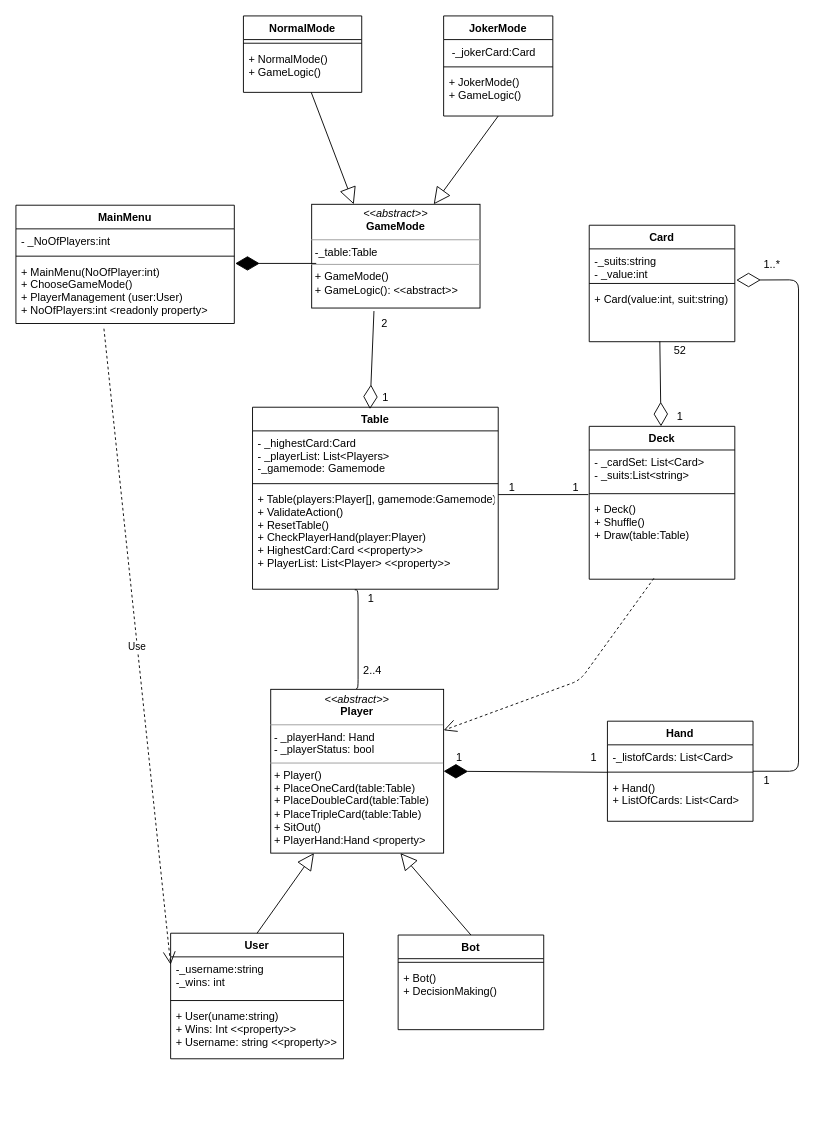
Earlier version of the draw.io diagram DistinctionTask.drawio (LastMinuteBanter/DistinctionTaskUML). Source tidied: cells renumbered, new cells numbered last; positions are measured from the earlier drawing's top-left corner, leaving out a move shared by most shapes. Both pictures are drawn from the tidied source at 91%, with x=0, y=0 at pixel (15, 15).
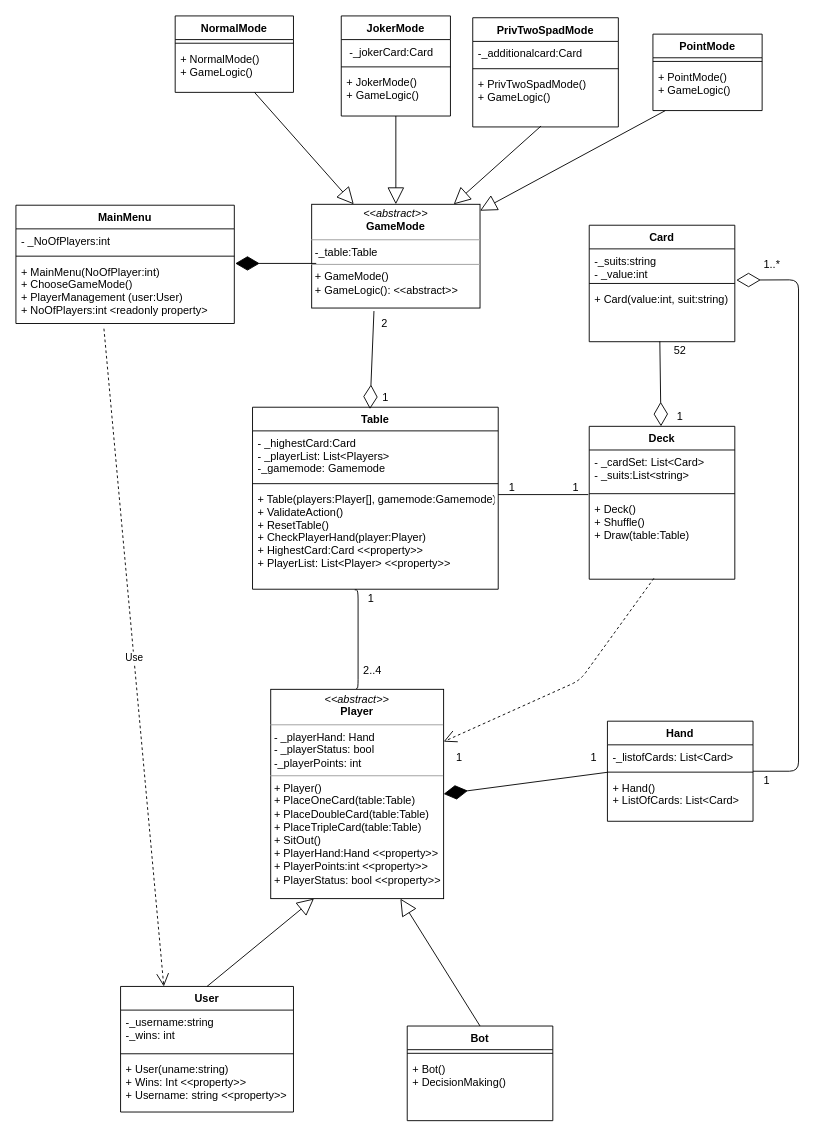
The same diagram, later.

The change refers to these unchanged cells:
```xml
<mxCell id="5" value="+ MainMenu(NoOfPlayer:int)&#10;+ ChooseGameMode()&#10;+ PlayerManagement (user:User)&#10;+ NoOfPlayers:int &lt;readonly property&gt;&#10;" style="text;strokeColor=none;fillColor=none;align=left;verticalAlign=top;spacingLeft=4;spacingRight=4;overflow=hidden;points=[[0,0.5],[1,0.5]];portConstraint=eastwest;" parent="2" vertex="1">
  <mxGeometry y="60" width="240" height="70" as="geometry" />
</mxCell>
<mxCell id="18" value="&lt;p style=&quot;margin: 0px ; margin-top: 4px ; text-align: center&quot;&gt;&lt;i&gt;&amp;lt;&amp;lt;abstract&amp;gt;&amp;gt;&lt;/i&gt;&lt;br&gt;&lt;b&gt;GameMode&lt;/b&gt;&lt;/p&gt;&lt;hr size=&quot;1&quot;&gt;&lt;p style=&quot;margin: 0px ; margin-left: 4px&quot;&gt;-_table:Table&lt;br&gt;&lt;/p&gt;&lt;hr size=&quot;1&quot;&gt;&lt;p style=&quot;margin: 0px ; margin-left: 4px&quot;&gt;+ GameMode()&lt;/p&gt;&lt;p style=&quot;margin: 0px ; margin-left: 4px&quot;&gt;+ GameLogic(): &amp;lt;&amp;lt;abstract&amp;gt;&amp;gt;&lt;br&gt;&lt;/p&gt;" style="verticalAlign=top;align=left;overflow=fill;fontSize=12;fontFamily=Helvetica;html=1;glass=0;" parent="1" vertex="1">
  <mxGeometry x="325" y="207" width="185" height="114" as="geometry" />
</mxCell>
```

Change to the diagram source:
```diff
@@
     <mxCell id="6" value="NormalMode" style="swimlane;fontStyle=1;align=center;verticalAlign=top;horizontal=1;startSize=26;" parent="1" vertex="1">
-      <mxGeometry x="250" width="130" height="84" as="geometry" />
+      <mxGeometry x="175" width="130" height="84" as="geometry" />
     </mxCell>
@@
     <mxCell id="9" value="JokerMode" style="swimlane;fontStyle=1;align=center;verticalAlign=top;horizontal=1;startSize=26;" parent="1" vertex="1">
-      <mxGeometry x="470" width="120" height="110" as="geometry" />
+      <mxGeometry x="357.5" width="120" height="110" as="geometry" />
     </mxCell>
@@
-    <mxCell id="17" value="&lt;p style=&quot;margin: 0px ; margin-top: 4px ; text-align: center&quot;&gt;&lt;i&gt;&amp;lt;&amp;lt;abstract&amp;gt;&amp;gt;&lt;/i&gt;&lt;br&gt;&lt;b&gt;Player&lt;/b&gt;&lt;/p&gt;&lt;hr size=&quot;1&quot;&gt;&lt;p style=&quot;margin: 0px ; margin-left: 4px&quot;&gt;- _playerHand: Hand&lt;/p&gt;&lt;p style=&quot;margin: 0px ; margin-left: 4px&quot;&gt;- _playerStatus: bool&lt;br&gt;&lt;/p&gt;&lt;hr size=&quot;1&quot;&gt;&lt;p style=&quot;margin: 0px ; margin-left: 4px&quot;&gt;+ Player()&lt;br&gt;+ PlaceOneCard(table:Table)&lt;/p&gt;&lt;p style=&quot;margin: 0px ; margin-left: 4px&quot;&gt;+ PlaceDoubleCard(table:Table)&lt;/p&gt;&lt;p style=&quot;margin: 0px ; margin-left: 4px&quot;&gt;+ PlaceTripleCard(table:Table)&lt;/p&gt;&lt;p style=&quot;margin: 0px ; margin-left: 4px&quot;&gt;+ SitOut()&lt;/p&gt;&lt;p style=&quot;margin: 0px ; margin-left: 4px&quot;&gt;+ PlayerHand:Hand &amp;lt;property&amp;gt;&lt;br&gt;&lt;/p&gt;" style="verticalAlign=top;align=left;overflow=fill;fontSize=12;fontFamily=Helvetica;html=1;glass=0;" parent="1" vertex="1">
-      <mxGeometry x="280" y="740" width="190" height="180" as="geometry" />
+    <mxCell id="17" value="&lt;p style=&quot;margin: 0px ; margin-top: 4px ; text-align: center&quot;&gt;&lt;i&gt;&amp;lt;&amp;lt;abstract&amp;gt;&amp;gt;&lt;/i&gt;&lt;br&gt;&lt;b&gt;Player&lt;/b&gt;&lt;/p&gt;&lt;hr size=&quot;1&quot;&gt;&lt;p style=&quot;margin: 0px ; margin-left: 4px&quot;&gt;- _playerHand: Hand&lt;/p&gt;&lt;p style=&quot;margin: 0px ; margin-left: 4px&quot;&gt;- _playerStatus: bool&lt;/p&gt;&lt;p style=&quot;margin: 0px ; margin-left: 4px&quot;&gt;-_playerPoints: int&lt;br&gt;&lt;/p&gt;&lt;hr size=&quot;1&quot;&gt;&lt;p style=&quot;margin: 0px ; margin-left: 4px&quot;&gt;+ Player()&lt;br&gt;+ PlaceOneCard(table:Table)&lt;/p&gt;&lt;p style=&quot;margin: 0px ; margin-left: 4px&quot;&gt;+ PlaceDoubleCard(table:Table)&lt;/p&gt;&lt;p style=&quot;margin: 0px ; margin-left: 4px&quot;&gt;+ PlaceTripleCard(table:Table)&lt;/p&gt;&lt;p style=&quot;margin: 0px ; margin-left: 4px&quot;&gt;+ SitOut()&lt;/p&gt;&lt;p style=&quot;margin: 0px ; margin-left: 4px&quot;&gt;+ PlayerHand:Hand &amp;lt;&amp;lt;property&amp;gt;&amp;gt;&lt;/p&gt;&lt;p style=&quot;margin: 0px ; margin-left: 4px&quot;&gt;+ PlayerPoints:int &amp;lt;&amp;lt;property&amp;gt;&amp;gt;&lt;/p&gt;&lt;p style=&quot;margin: 0px ; margin-left: 4px&quot;&gt;+ PlayerStatus: bool &amp;lt;&amp;lt;property&amp;gt;&amp;gt;&lt;br&gt;&lt;/p&gt;" style="verticalAlign=top;align=left;overflow=fill;fontSize=12;fontFamily=Helvetica;html=1;glass=0;" parent="1" vertex="1">
+      <mxGeometry x="280" y="740" width="190" height="230" as="geometry" />
     </mxCell>
@@
     <mxCell id="37" value="User" style="swimlane;fontStyle=1;align=center;verticalAlign=top;horizontal=1;startSize=26;glass=0;fontSize=12;" parent="1" vertex="1">
-      <mxGeometry x="170" y="1008" width="190" height="138" as="geometry" />
+      <mxGeometry x="115" y="1066.5" width="190" height="138" as="geometry" />
     </mxCell>
@@
     <mxCell id="41" value="Bot" style="swimlane;fontStyle=1;align=center;verticalAlign=top;horizontal=1;startSize=26;glass=0;fontSize=12;" parent="1" vertex="1">
-      <mxGeometry x="420" y="1010" width="160" height="104" as="geometry" />
+      <mxGeometry x="430" y="1110" width="160" height="104" as="geometry" />
     </mxCell>
@@
-    <mxCell id="62" value="Use" style="endArrow=open;endSize=12;dashed=1;html=1;exitX=0.403;exitY=1.081;exitDx=0;exitDy=0;exitPerimeter=0;entryX=0;entryY=0.25;entryDx=0;entryDy=0;" parent="1" edge="1" source="5" target="37">
+    <mxCell id="62" value="Use" style="endArrow=open;endSize=12;dashed=1;html=1;exitX=0.403;exitY=1.081;exitDx=0;exitDy=0;exitPerimeter=0;entryX=0.25;entryY=0;entryDx=0;entryDy=0;" parent="1" edge="1" source="5" target="37">
       <mxGeometry relative="1" as="geometry" />
     </mxCell>
@@
+    <mxCell id="67" style="endArrow=block;endSize=16;endFill=0;html=1;exitX=0.469;exitY=0.983;exitDx=0;exitDy=0;exitPerimeter=0;" parent="1" edge="1" source="75" target="18">
+      <mxGeometry relative="1" as="geometry" />
+    </mxCell>
+    <mxCell id="68" value="PointMode" style="swimlane;fontStyle=1;align=center;verticalAlign=top;horizontal=1;startSize=26;" parent="1" vertex="1">
+      <mxGeometry x="700" y="20" width="120" height="84" as="geometry" />
+    </mxCell>
+    <mxCell id="69" style="line;strokeWidth=1;fillColor=none;align=left;verticalAlign=middle;spacingTop=-1;spacingLeft=3;spacingRight=3;labelPosition=right;" parent="68" vertex="1">
+      <mxGeometry y="26" width="120" height="8" as="geometry" />
+    </mxCell>
+    <mxCell id="70" value="+ PointMode()&#10;+ GameLogic()&#10;" style="text;strokeColor=none;fillColor=none;align=left;verticalAlign=top;spacingLeft=4;spacingRight=4;overflow=hidden;points=[[0,0.5],[1,0.5]];portConstraint=eastwest;" parent="68" vertex="1">
+      <mxGeometry y="34" width="120" height="50" as="geometry" />
+    </mxCell>
+    <mxCell id="71" style="endArrow=block;endSize=16;endFill=0;html=1;" parent="1" edge="1" source="70" target="18">
+      <mxGeometry relative="1" as="geometry" />
+    </mxCell>
+    <mxCell id="72" value="PrivTwoSpadMode" style="swimlane;fontStyle=1;align=center;verticalAlign=top;horizontal=1;startSize=26;" parent="1" vertex="1">
+      <mxGeometry x="502" y="2" width="160" height="120" as="geometry" />
+    </mxCell>
+    <mxCell id="73" value="-_additionalcard:Card" style="text;strokeColor=none;fillColor=none;align=left;verticalAlign=top;spacingLeft=4;spacingRight=4;overflow=hidden;" parent="72" vertex="1">
+      <mxGeometry y="26" width="160" height="26" as="geometry" />
+    </mxCell>
+    <mxCell id="74" style="line;strokeWidth=1;fillColor=none;align=left;verticalAlign=middle;spacingTop=-1;spacingLeft=3;spacingRight=3;labelPosition=right;" parent="72" vertex="1">
+      <mxGeometry y="52" width="160" height="8" as="geometry" />
+    </mxCell>
+    <mxCell id="75" value="+ PrivTwoSpadMode()&#10;+ GameLogic()&#10;" style="text;strokeColor=none;fillColor=none;align=left;verticalAlign=top;spacingLeft=4;spacingRight=4;overflow=hidden;points=[[0,0.5],[1,0.5]];portConstraint=eastwest;" parent="72" vertex="1">
+      <mxGeometry y="60" width="160" height="60" as="geometry" />
+    </mxCell>
```
